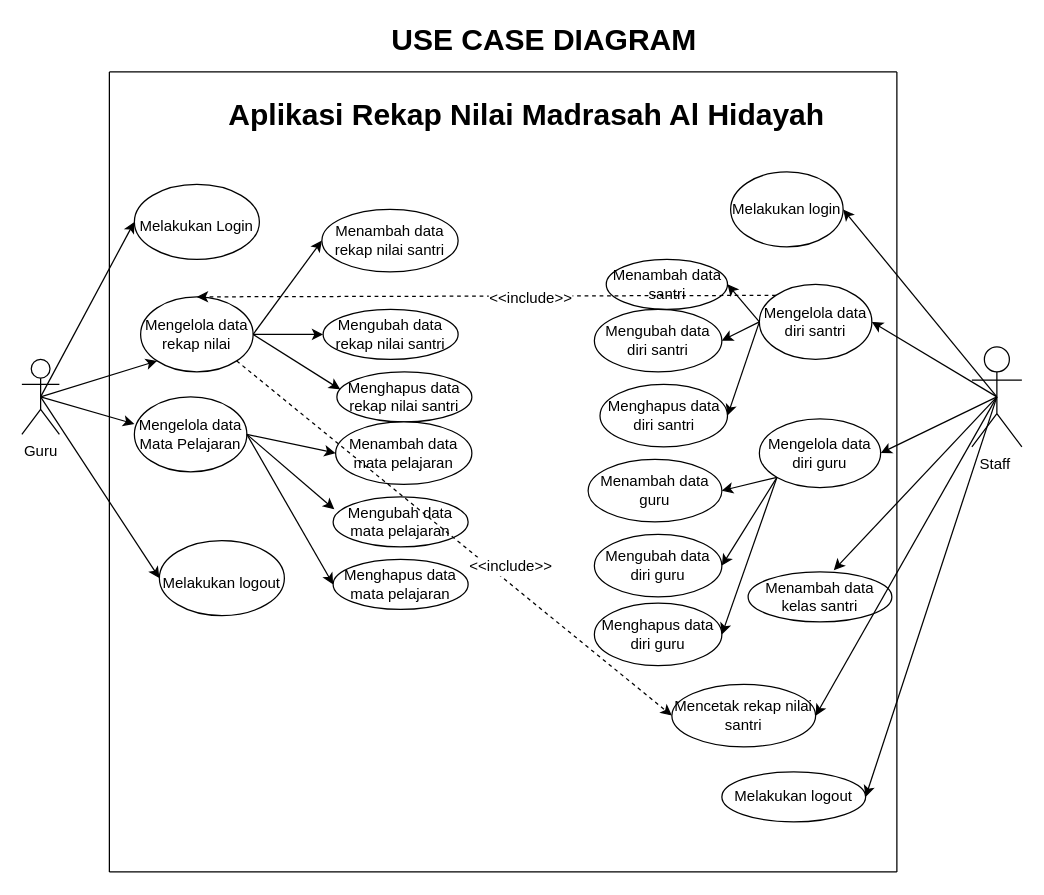
The draw.io diagram page "Use Case Diagram" (15 of 15) of draw.io/Proyek-3.drawio in Tugas-Proyek-Polindra/proyek-3, before the edit. Source tidied: cells renumbered, new cells numbered last; positions are measured from the earlier drawing's top-left corner, leaving out a move shared by most shapes. Both pictures are drawn from the tidied source at 125%, with x=0, y=0 at pixel (21, 21).
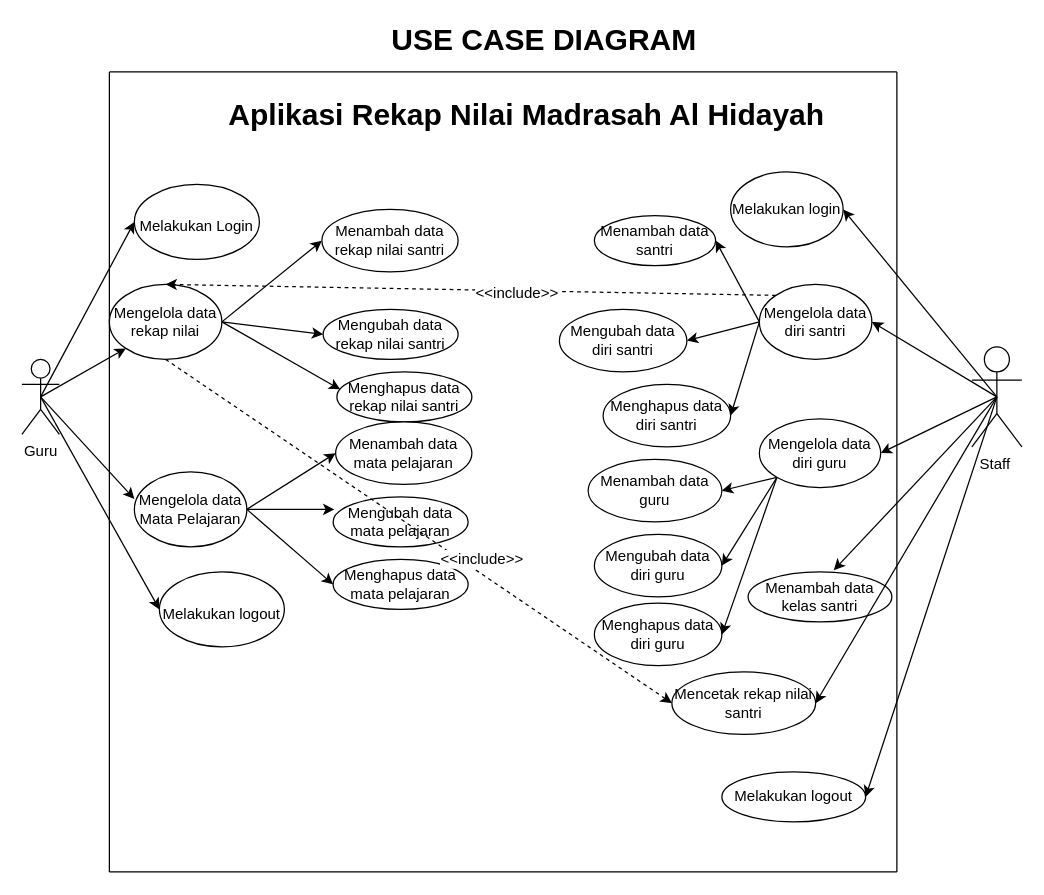
The same diagram, later.

Commit message:
Use Case

What changed in the source:
```diff
@@
     <mxCell id="4" value="Mengelola data rekap nilai" style="ellipse;whiteSpace=wrap;html=1;" parent="1" vertex="1">
-      <mxGeometry x="95" y="220" width="90" height="60" as="geometry" />
+      <mxGeometry x="70" y="210" width="90" height="60" as="geometry" />
     </mxCell>
@@
     <mxCell id="13" value="Menambah data santri" style="ellipse;whiteSpace=wrap;html=1;" parent="1" vertex="1">
-      <mxGeometry x="467.5" y="190" width="97" height="40" as="geometry" />
+      <mxGeometry x="458" y="155" width="97" height="40" as="geometry" />
     </mxCell>
     <mxCell id="14" value="Mengubah data diri santri" style="ellipse;whiteSpace=wrap;html=1;" parent="1" vertex="1">
-      <mxGeometry x="458" y="230" width="102" height="50" as="geometry" />
+      <mxGeometry x="430" y="230" width="102" height="50" as="geometry" />
     </mxCell>
@@
     <mxCell id="21" value="Mengelola data Mata Pelajaran" style="ellipse;whiteSpace=wrap;html=1;" parent="1" vertex="1">
-      <mxGeometry x="90" y="300" width="90" height="60" as="geometry" />
+      <mxGeometry x="90" y="360" width="90" height="60" as="geometry" />
     </mxCell>
@@
     <mxCell id="35" value="Menghapus data diri santri" style="ellipse;whiteSpace=wrap;html=1;" parent="1" vertex="1">
-      <mxGeometry x="462.5" y="290" width="102" height="50" as="geometry" />
+      <mxGeometry x="465" y="290" width="102" height="50" as="geometry" />
     </mxCell>
@@
     <mxCell id="49" value="&lt;font style=&quot;font-size: 12px&quot;&gt;Melakukan logout&lt;/font&gt;" style="ellipse;whiteSpace=wrap;html=1;fontSize=24;" parent="1" vertex="1">
-      <mxGeometry x="110" y="415" width="100" height="60" as="geometry" />
+      <mxGeometry x="110" y="440" width="100" height="60" as="geometry" />
     </mxCell>
@@
     <mxCell id="52" value="Mencetak rekap nilai santri" style="ellipse;whiteSpace=wrap;html=1;" parent="1" vertex="1">
-      <mxGeometry x="520" y="530" width="115" height="50" as="geometry" />
+      <mxGeometry x="520" y="520" width="115" height="50" as="geometry" />
     </mxCell>
@@
-    <mxCell id="54" style="endArrow=classic;html=1;rounded=0;fontSize=12;exitX=1;exitY=1;exitDx=0;exitDy=0;entryX=0;entryY=0.5;entryDx=0;entryDy=0;dashed=1;" parent="1" edge="1" source="4" target="52">
+    <mxCell id="54" style="endArrow=classic;html=1;rounded=0;fontSize=12;exitX=0.5;exitY=1;exitDx=0;exitDy=0;entryX=0;entryY=0.5;entryDx=0;entryDy=0;dashed=1;" parent="1" edge="1" source="4" target="52">
       <mxGeometry relative="1" as="geometry" />
     </mxCell>
```
